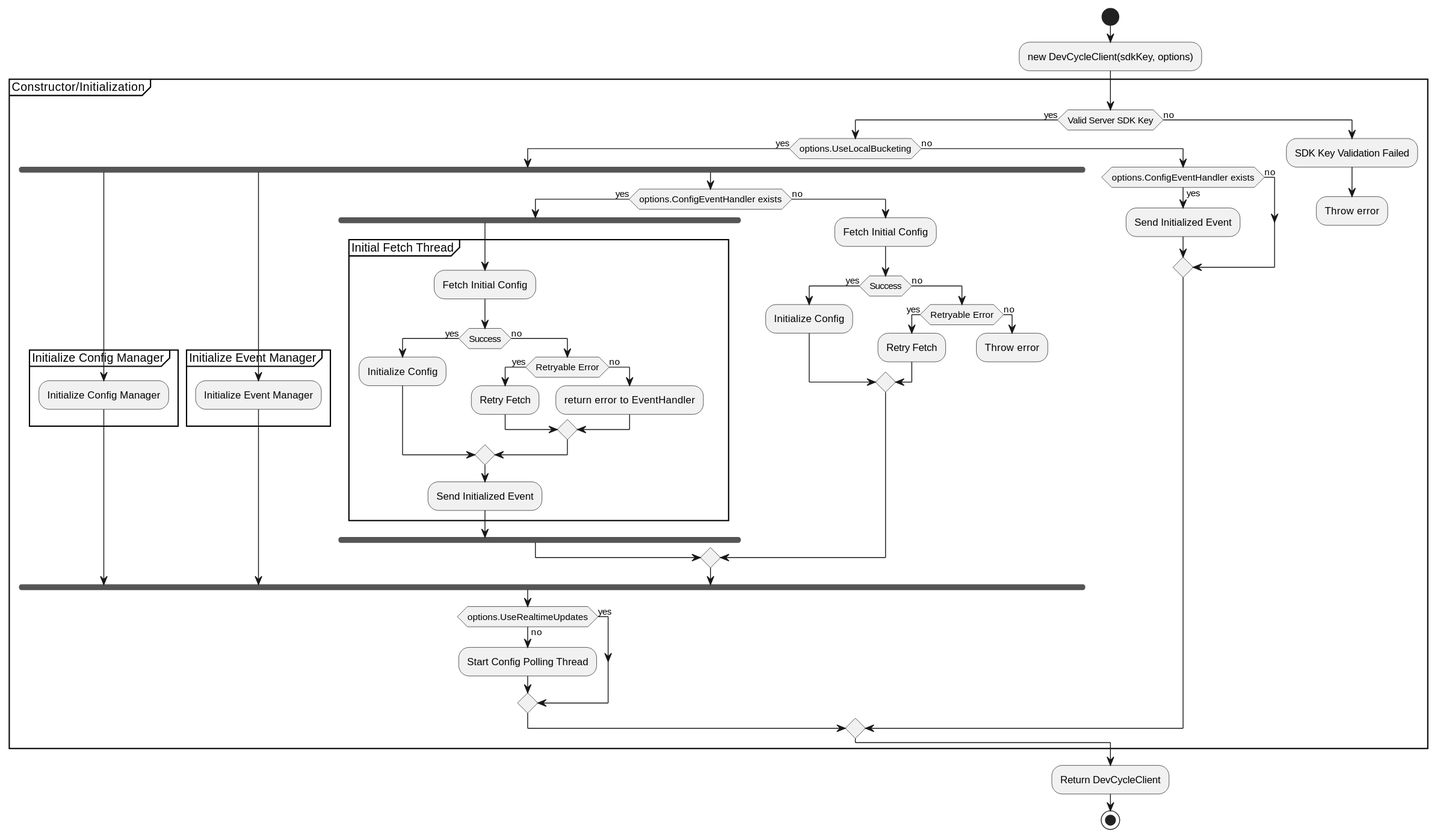
The PlantUML diagram static/diagrams/server-sdk-initialization.svg in DevCycleHQ/devcycle-docs, before a commit.
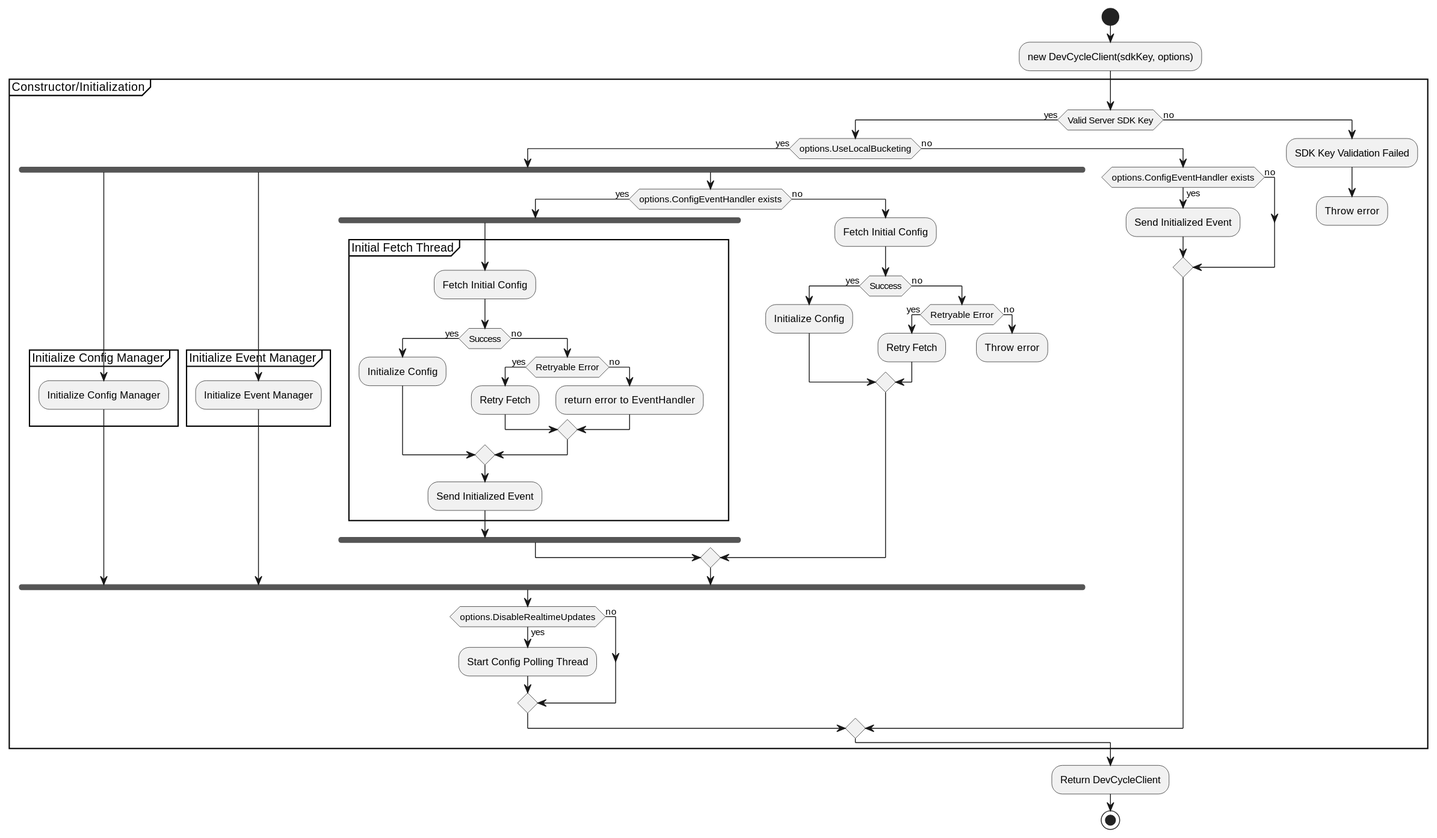
After the commit.

Commit message:
Generate SVG files for PlantUML diagrams

What changed in the source:
```diff
@@ -43,9 +43,9 @@
                 endif
             endif
             end fork
-            if (options.UseRealtimeUpdates) then (no)
+            if (options.DisableRealtimeUpdates) then (yes)
                 :Start Config Polling Thread;
-            else (yes)
+            else (no)
             endif
         else (no)
             if (options.ConfigEventHandler exists) then (yes)
```
